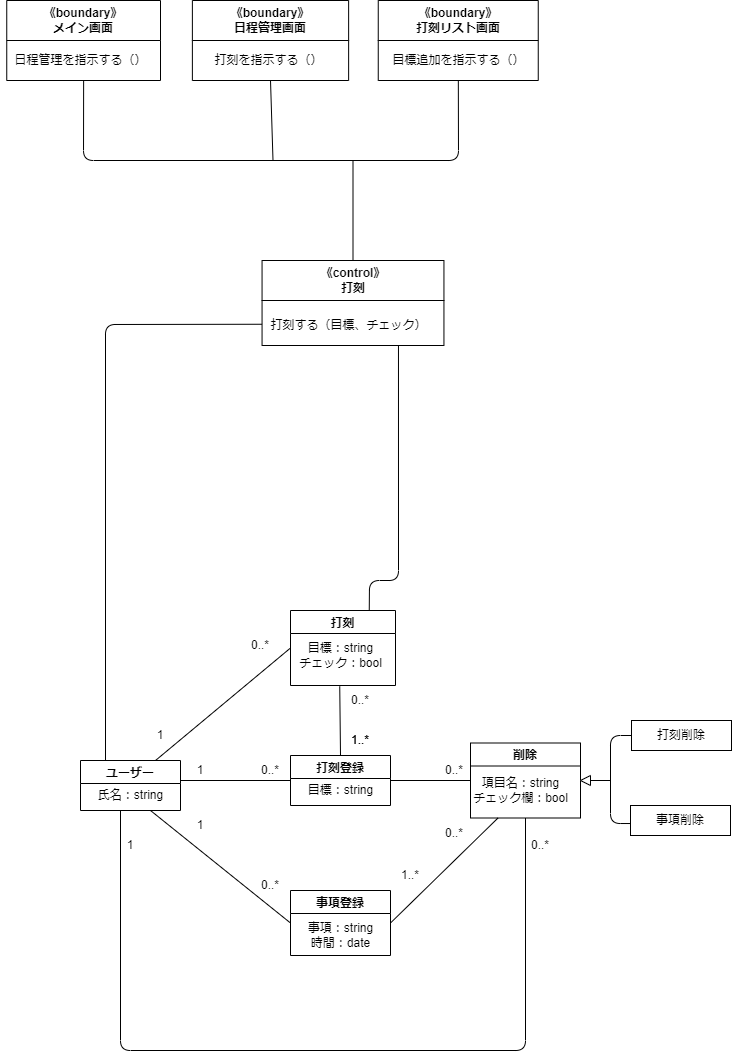
This is 分析Class8.drawio.png from Hu-Hanxu/First-App-Self-Management-, a draw.io export, as it was before one commit. Source tidied: cells renumbered, new cells last; positions are measured from the earlier drawing's top-left corner, leaving out a move shared by most shapes. Its diagram source:
```xml
<mxGraphModel>
  <root>
    <mxCell id="0" />
    <mxCell id="1" parent="0" />
    <mxCell id="2" value="打刻登録" style="swimlane;" parent="1" vertex="1">
      <mxGeometry x="290" y="755" width="100" height="50" as="geometry" />
    </mxCell>
    <mxCell id="3" value="目標：string" style="text;html=1;align=center;verticalAlign=middle;strokeColor=none;fillColor=none;" parent="2" vertex="1">
      <mxGeometry x="5" y="20" width="90" height="30" as="geometry" />
    </mxCell>
    <mxCell id="4" value="事項登録" style="swimlane;" parent="1" vertex="1">
      <mxGeometry x="290" y="890" width="100" height="65" as="geometry" />
    </mxCell>
    <mxCell id="5" value="事項：string&lt;br&gt;時間：date" style="text;html=1;align=center;verticalAlign=middle;strokeColor=none;fillColor=none;" parent="4" vertex="1">
      <mxGeometry x="5" y="25" width="90" height="40" as="geometry" />
    </mxCell>
    <mxCell id="6" value="打刻" style="swimlane;" parent="1" vertex="1">
      <mxGeometry x="290" y="610" width="105" height="75" as="geometry" />
    </mxCell>
    <mxCell id="7" value="目標：string&lt;br&gt;チェック：bool" style="text;html=1;align=center;verticalAlign=middle;strokeColor=none;fillColor=none;" parent="6" vertex="1">
      <mxGeometry x="-5" y="25" width="110" height="40" as="geometry" />
    </mxCell>
    <mxCell id="8" style="endArrow=none;html=1;exitX=1;exitY=0.5;exitDx=0;exitDy=0;entryX=0;entryY=0.5;entryDx=0;entryDy=0;" parent="1" edge="1" target="2">
      <mxGeometry relative="1" as="geometry">
        <mxPoint x="180" y="780" as="sourcePoint" />
      </mxGeometry>
    </mxCell>
    <mxCell id="9" value="削除" style="swimlane;" parent="1" vertex="1">
      <mxGeometry x="470" y="742.5" width="110" height="75" as="geometry" />
    </mxCell>
    <mxCell id="10" value="項目名：string&lt;br&gt;チェック欄：bool" style="text;html=1;align=center;verticalAlign=middle;strokeColor=none;fillColor=none;" parent="9" vertex="1">
      <mxGeometry x="-10" y="27.5" width="120" height="40" as="geometry" />
    </mxCell>
    <mxCell id="11" style="endArrow=none;html=1;entryX=0;entryY=0.5;entryDx=0;entryDy=0;exitX=1;exitY=0.5;exitDx=0;exitDy=0;" parent="1" edge="1" source="2" target="9">
      <mxGeometry relative="1" as="geometry" />
    </mxCell>
    <mxCell id="12" value="打刻削除" style="rounded=0;whiteSpace=wrap;html=1;" parent="1" vertex="1">
      <mxGeometry x="631" y="720" width="100" height="30" as="geometry" />
    </mxCell>
    <mxCell id="13" value="事項削除" style="rounded=0;whiteSpace=wrap;html=1;" parent="1" vertex="1">
      <mxGeometry x="630" y="805" width="100" height="30" as="geometry" />
    </mxCell>
    <mxCell id="14" style="endArrow=none;html=1;entryX=0.5;entryY=1;entryDx=0;entryDy=0;exitX=0.5;exitY=1;exitDx=0;exitDy=0;" parent="1" edge="1" source="9">
      <mxGeometry relative="1" as="geometry">
        <mxPoint x="120" y="810" as="targetPoint" />
        <Array as="points">
          <mxPoint x="525" y="1050" />
          <mxPoint x="120" y="1050" />
        </Array>
      </mxGeometry>
    </mxCell>
    <mxCell id="15" style="endArrow=none;html=1;entryX=0;entryY=0.5;entryDx=0;entryDy=0;exitX=0.75;exitY=1;exitDx=0;exitDy=0;" parent="1" edge="1" target="4">
      <mxGeometry relative="1" as="geometry">
        <mxPoint x="150" y="810" as="sourcePoint" />
      </mxGeometry>
    </mxCell>
    <mxCell id="16" style="endArrow=none;html=1;exitX=1;exitY=0.5;exitDx=0;exitDy=0;entryX=0.25;entryY=1;entryDx=0;entryDy=0;" parent="1" edge="1" source="4" target="9">
      <mxGeometry relative="1" as="geometry" />
    </mxCell>
    <mxCell id="17" style="endArrow=none;html=1;exitX=0.5;exitY=0;exitDx=0;exitDy=0;entryX=0.154;entryY=0.024;entryDx=0;entryDy=0;entryPerimeter=0;" parent="1" edge="1" source="2" target="26">
      <mxGeometry relative="1" as="geometry" />
    </mxCell>
    <mxCell id="18" value="1" style="text;html=1;strokeColor=none;fillColor=none;align=center;verticalAlign=middle;whiteSpace=wrap;rounded=0;" parent="1" vertex="1">
      <mxGeometry x="170" y="755" width="60" height="30" as="geometry" />
    </mxCell>
    <mxCell id="19" value="1" style="text;html=1;strokeColor=none;fillColor=none;align=center;verticalAlign=middle;whiteSpace=wrap;rounded=0;" parent="1" vertex="1">
      <mxGeometry x="170" y="810" width="60" height="30" as="geometry" />
    </mxCell>
    <mxCell id="20" value="1" style="text;html=1;strokeColor=none;fillColor=none;align=center;verticalAlign=middle;whiteSpace=wrap;rounded=0;" parent="1" vertex="1">
      <mxGeometry x="100" y="830" width="60" height="30" as="geometry" />
    </mxCell>
    <mxCell id="21" value="0..*" style="text;html=1;strokeColor=none;fillColor=none;align=center;verticalAlign=middle;whiteSpace=wrap;rounded=0;" parent="1" vertex="1">
      <mxGeometry x="240" y="755" width="60" height="30" as="geometry" />
    </mxCell>
    <mxCell id="22" value="0..*" style="text;html=1;strokeColor=none;fillColor=none;align=center;verticalAlign=middle;whiteSpace=wrap;rounded=0;" parent="1" vertex="1">
      <mxGeometry x="240" y="870" width="60" height="30" as="geometry" />
    </mxCell>
    <mxCell id="23" value="0..*" style="text;html=1;strokeColor=none;fillColor=none;align=center;verticalAlign=middle;whiteSpace=wrap;rounded=0;" parent="1" vertex="1">
      <mxGeometry x="424" y="755" width="60" height="30" as="geometry" />
    </mxCell>
    <mxCell id="24" value="0..*" style="text;html=1;strokeColor=none;fillColor=none;align=center;verticalAlign=middle;whiteSpace=wrap;rounded=0;" parent="1" vertex="1">
      <mxGeometry x="424" y="817.5" width="60" height="30" as="geometry" />
    </mxCell>
    <mxCell id="25" value="0..*" style="text;html=1;strokeColor=none;fillColor=none;align=center;verticalAlign=middle;whiteSpace=wrap;rounded=0;" parent="1" vertex="1">
      <mxGeometry x="510" y="830" width="60" height="30" as="geometry" />
    </mxCell>
    <mxCell id="26" value="0..*" style="text;html=1;strokeColor=none;fillColor=none;align=center;verticalAlign=middle;whiteSpace=wrap;rounded=0;" parent="1" vertex="1">
      <mxGeometry x="330" y="685" width="60" height="30" as="geometry" />
    </mxCell>
    <mxCell id="27" value="1..*" style="text;html=1;strokeColor=none;fillColor=none;align=center;verticalAlign=middle;whiteSpace=wrap;rounded=0;" parent="1" vertex="1">
      <mxGeometry x="330" y="725" width="60" height="30" as="geometry" />
    </mxCell>
    <mxCell id="28" value="1..*" style="text;html=1;strokeColor=none;fillColor=none;align=center;verticalAlign=middle;whiteSpace=wrap;rounded=0;" parent="1" vertex="1">
      <mxGeometry x="330" y="725" width="60" height="30" as="geometry" />
    </mxCell>
    <mxCell id="29" value="1..*" style="text;html=1;strokeColor=none;fillColor=none;align=center;verticalAlign=middle;whiteSpace=wrap;rounded=0;" parent="1" vertex="1">
      <mxGeometry x="380" y="860" width="60" height="30" as="geometry" />
    </mxCell>
    <mxCell id="30" value="ユーザー" style="swimlane;" parent="1" vertex="1">
      <mxGeometry x="80" y="760" width="100" height="50" as="geometry" />
    </mxCell>
    <mxCell id="31" value="氏名：string" style="text;html=1;align=center;verticalAlign=middle;strokeColor=none;fillColor=none;" parent="30" vertex="1">
      <mxGeometry x="5" y="20" width="90" height="30" as="geometry" />
    </mxCell>
    <mxCell id="32" style="endArrow=none;html=1;exitX=0.75;exitY=0;exitDx=0;exitDy=0;entryX=0;entryY=0.5;entryDx=0;entryDy=0;" parent="1" edge="1" source="30" target="6">
      <mxGeometry relative="1" as="geometry" />
    </mxCell>
    <mxCell id="33" value="1" style="text;html=1;strokeColor=none;fillColor=none;align=center;verticalAlign=middle;whiteSpace=wrap;rounded=0;" parent="1" vertex="1">
      <mxGeometry x="130" y="720" width="60" height="30" as="geometry" />
    </mxCell>
    <mxCell id="34" value="0..*" style="text;html=1;strokeColor=none;fillColor=none;align=center;verticalAlign=middle;whiteSpace=wrap;rounded=0;" parent="1" vertex="1">
      <mxGeometry x="230" y="630" width="60" height="30" as="geometry" />
    </mxCell>
    <mxCell id="35" style="triangle;whiteSpace=wrap;html=1;direction=west;" parent="1" vertex="1">
      <mxGeometry x="580" y="775" width="10" height="10" as="geometry" />
    </mxCell>
    <mxCell id="36" style="endArrow=none;html=1;entryX=0;entryY=0.5;entryDx=0;entryDy=0;exitX=-0.005;exitY=0.601;exitDx=0;exitDy=0;exitPerimeter=0;" parent="1" edge="1" source="13" target="12">
      <mxGeometry relative="1" as="geometry">
        <Array as="points">
          <mxPoint x="610" y="823" />
          <mxPoint x="610" y="735" />
        </Array>
      </mxGeometry>
    </mxCell>
    <mxCell id="37" style="endArrow=none;html=1;entryX=0;entryY=0.5;entryDx=0;entryDy=0;" parent="1" edge="1" target="35">
      <mxGeometry relative="1" as="geometry">
        <mxPoint x="610" y="780" as="sourcePoint" />
      </mxGeometry>
    </mxCell>
    <mxCell id="38" value="&lt;span style=&quot;&quot;&gt;《control》&lt;br&gt;打刻&lt;br&gt;&lt;/span&gt;" style="swimlane;whiteSpace=wrap;html=1;startSize=40;" parent="1" vertex="1">
      <mxGeometry x="261.6" y="260" width="181.9" height="85" as="geometry" />
    </mxCell>
    <mxCell id="39" value="打刻する（目標、チェック）" style="text;html=1;align=center;verticalAlign=middle;strokeColor=none;fillColor=none;" parent="38" vertex="1">
      <mxGeometry x="-3.1" y="50" width="180" height="30" as="geometry" />
    </mxCell>
    <mxCell id="40" value="《boundary》&lt;br&gt;メイン画面" style="swimlane;whiteSpace=wrap;html=1;startSize=40;" parent="1" vertex="1">
      <mxGeometry x="6.2" width="153.8" height="80" as="geometry" />
    </mxCell>
    <mxCell id="41" value="日程管理を指示する（）" style="text;html=1;align=center;verticalAlign=middle;strokeColor=none;fillColor=none;" parent="40" vertex="1">
      <mxGeometry x="-6.2" y="45" width="160" height="30" as="geometry" />
    </mxCell>
    <mxCell id="42" value="《boundary》&lt;br&gt;日程管理画面" style="swimlane;whiteSpace=wrap;html=1;startSize=40;" parent="1" vertex="1">
      <mxGeometry x="191.9" width="156.2" height="80" as="geometry" />
    </mxCell>
    <mxCell id="43" value="打刻を指示する（）" style="text;html=1;align=center;verticalAlign=middle;strokeColor=none;fillColor=none;" parent="42" vertex="1">
      <mxGeometry x="11.2" y="45" width="130" height="30" as="geometry" />
    </mxCell>
    <mxCell id="44" value="《boundary》&lt;br&gt;打刻リスト画面" style="swimlane;whiteSpace=wrap;html=1;startSize=40;" parent="1" vertex="1">
      <mxGeometry x="377.8" width="160" height="80" as="geometry" />
    </mxCell>
    <mxCell id="45" value="目標追加を指示する（）" style="text;html=1;align=center;verticalAlign=middle;strokeColor=none;fillColor=none;" parent="44" vertex="1">
      <mxGeometry y="45" width="160" height="30" as="geometry" />
    </mxCell>
    <mxCell id="46" style="endArrow=none;html=1;exitX=0.5;exitY=1;exitDx=0;exitDy=0;" parent="1" edge="1" source="40" target="44">
      <mxGeometry relative="1" as="geometry">
        <Array as="points">
          <mxPoint x="83" y="160" />
          <mxPoint x="458" y="160" />
        </Array>
      </mxGeometry>
    </mxCell>
    <mxCell id="47" style="endArrow=none;html=1;entryX=0.5;entryY=1;entryDx=0;entryDy=0;" parent="1" edge="1" target="42">
      <mxGeometry relative="1" as="geometry">
        <mxPoint x="272.5" y="160" as="sourcePoint" />
      </mxGeometry>
    </mxCell>
    <mxCell id="48" style="endArrow=none;html=1;exitX=0.5;exitY=0;exitDx=0;exitDy=0;" parent="1" edge="1" source="38">
      <mxGeometry relative="1" as="geometry">
        <mxPoint x="352.5" y="160" as="targetPoint" />
      </mxGeometry>
    </mxCell>
    <mxCell id="49" style="endArrow=none;html=1;exitX=0.25;exitY=0;exitDx=0;exitDy=0;entryX=0;entryY=0.75;entryDx=0;entryDy=0;" parent="1" edge="1" source="30" target="38">
      <mxGeometry relative="1" as="geometry">
        <Array as="points">
          <mxPoint x="105" y="324" />
        </Array>
      </mxGeometry>
    </mxCell>
    <mxCell id="50" style="endArrow=none;html=1;exitX=0.75;exitY=0;exitDx=0;exitDy=0;entryX=0.75;entryY=1;entryDx=0;entryDy=0;" parent="1" edge="1" source="6" target="38">
      <mxGeometry relative="1" as="geometry">
        <Array as="points">
          <mxPoint x="369" y="580" />
          <mxPoint x="398" y="580" />
        </Array>
      </mxGeometry>
    </mxCell>
  </root>
</mxGraphModel>
```
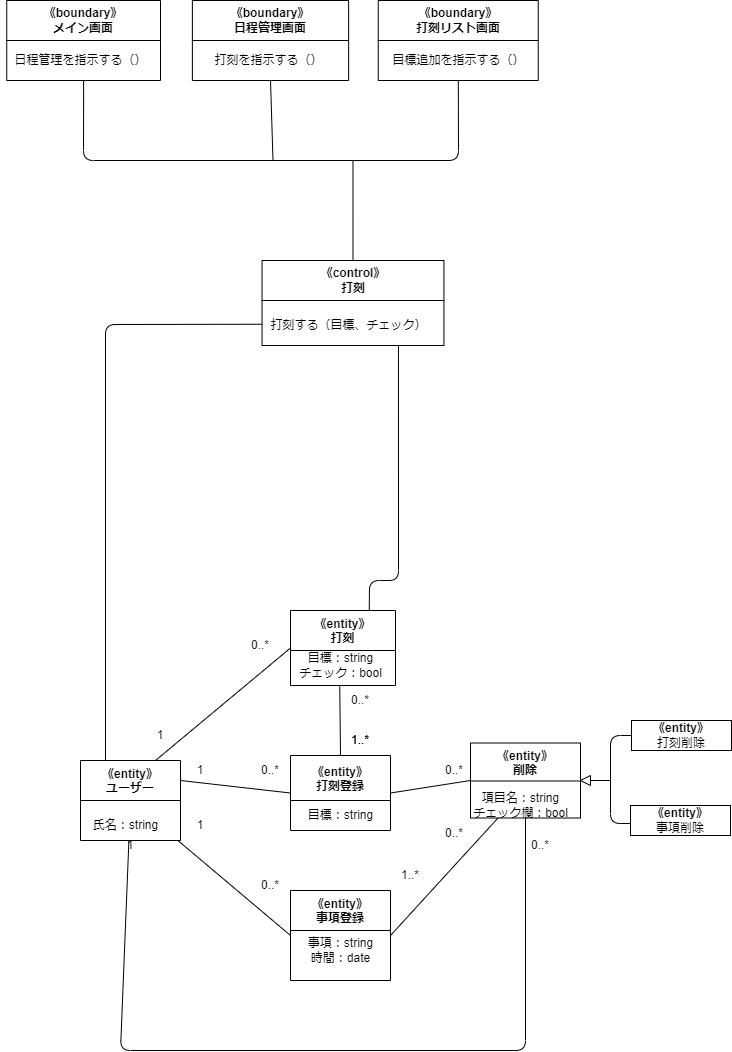
Later version of the same file.

Change to the diagram source:
```diff
@@ -2,57 +2,54 @@
   <root>
     <mxCell id="0" />
     <mxCell id="1" parent="0" />
-    <mxCell id="2" value="打刻登録" style="swimlane;" parent="1" vertex="1">
-      <mxGeometry x="290" y="755" width="100" height="50" as="geometry" />
+    <mxCell id="2" value="《entity》&#10;打刻登録" style="swimlane;startSize=45;" parent="1" vertex="1">
+      <mxGeometry x="290" y="755" width="100" height="75" as="geometry" />
     </mxCell>
     <mxCell id="3" value="目標：string" style="text;html=1;align=center;verticalAlign=middle;strokeColor=none;fillColor=none;" parent="2" vertex="1">
-      <mxGeometry x="5" y="20" width="90" height="30" as="geometry" />
+      <mxGeometry x="5" y="45" width="90" height="30" as="geometry" />
     </mxCell>
-    <mxCell id="4" value="事項登録" style="swimlane;" parent="1" vertex="1">
-      <mxGeometry x="290" y="890" width="100" height="65" as="geometry" />
+    <mxCell id="4" value="《entity》&#10;事項登録" style="swimlane;startSize=40;" parent="1" vertex="1">
+      <mxGeometry x="290" y="890" width="100" height="90" as="geometry" />
     </mxCell>
     <mxCell id="5" value="事項：string&lt;br&gt;時間：date" style="text;html=1;align=center;verticalAlign=middle;strokeColor=none;fillColor=none;" parent="4" vertex="1">
-      <mxGeometry x="5" y="25" width="90" height="40" as="geometry" />
+      <mxGeometry x="5" y="40" width="90" height="40" as="geometry" />
     </mxCell>
-    <mxCell id="6" value="打刻" style="swimlane;" parent="1" vertex="1">
+    <mxCell id="6" value="《entity》&#10;打刻" style="swimlane;startSize=40;" parent="1" vertex="1">
       <mxGeometry x="290" y="610" width="105" height="75" as="geometry" />
     </mxCell>
     <mxCell id="7" value="目標：string&lt;br&gt;チェック：bool" style="text;html=1;align=center;verticalAlign=middle;strokeColor=none;fillColor=none;" parent="6" vertex="1">
-      <mxGeometry x="-5" y="25" width="110" height="40" as="geometry" />
+      <mxGeometry x="-5" y="35" width="110" height="40" as="geometry" />
     </mxCell>
     <mxCell id="8" style="endArrow=none;html=1;exitX=1;exitY=0.5;exitDx=0;exitDy=0;entryX=0;entryY=0.5;entryDx=0;entryDy=0;" parent="1" edge="1" target="2">
       <mxGeometry relative="1" as="geometry">
         <mxPoint x="180" y="780" as="sourcePoint" />
       </mxGeometry>
     </mxCell>
-    <mxCell id="9" value="削除" style="swimlane;" parent="1" vertex="1">
+    <mxCell id="9" value="《entity》&#10;削除" style="swimlane;startSize=38;" parent="1" vertex="1">
       <mxGeometry x="470" y="742.5" width="110" height="75" as="geometry" />
     </mxCell>
     <mxCell id="10" value="項目名：string&lt;br&gt;チェック欄：bool" style="text;html=1;align=center;verticalAlign=middle;strokeColor=none;fillColor=none;" parent="9" vertex="1">
-      <mxGeometry x="-10" y="27.5" width="120" height="40" as="geometry" />
+      <mxGeometry x="-10" y="42.5" width="120" height="40" as="geometry" />
     </mxCell>
     <mxCell id="11" style="endArrow=none;html=1;entryX=0;entryY=0.5;entryDx=0;entryDy=0;exitX=1;exitY=0.5;exitDx=0;exitDy=0;" parent="1" edge="1" source="2" target="9">
       <mxGeometry relative="1" as="geometry" />
     </mxCell>
-    <mxCell id="12" value="打刻削除" style="rounded=0;whiteSpace=wrap;html=1;" parent="1" vertex="1">
+    <mxCell id="12" value="&lt;span style=&quot;font-weight: 700;&quot;&gt;《entity》&lt;/span&gt;&lt;br&gt;打刻削除" style="rounded=0;whiteSpace=wrap;html=1;" parent="1" vertex="1">
       <mxGeometry x="631" y="720" width="100" height="30" as="geometry" />
     </mxCell>
-    <mxCell id="13" value="事項削除" style="rounded=0;whiteSpace=wrap;html=1;" parent="1" vertex="1">
+    <mxCell id="13" value="&lt;span style=&quot;font-weight: 700;&quot;&gt;《entity》&lt;/span&gt;&lt;br&gt;事項削除" style="rounded=0;whiteSpace=wrap;html=1;" parent="1" vertex="1">
       <mxGeometry x="630" y="805" width="100" height="30" as="geometry" />
     </mxCell>
-    <mxCell id="14" style="endArrow=none;html=1;entryX=0.5;entryY=1;entryDx=0;entryDy=0;exitX=0.5;exitY=1;exitDx=0;exitDy=0;" parent="1" edge="1" source="9">
+    <mxCell id="14" style="endArrow=none;html=1;exitX=0.5;exitY=1;exitDx=0;exitDy=0;" parent="1" edge="1" source="9" target="30">
       <mxGeometry relative="1" as="geometry">
-        <mxPoint x="120" y="810" as="targetPoint" />
         <Array as="points">
           <mxPoint x="525" y="1050" />
           <mxPoint x="120" y="1050" />
         </Array>
       </mxGeometry>
     </mxCell>
-    <mxCell id="15" style="endArrow=none;html=1;entryX=0;entryY=0.5;entryDx=0;entryDy=0;exitX=0.75;exitY=1;exitDx=0;exitDy=0;" parent="1" edge="1" target="4">
-      <mxGeometry relative="1" as="geometry">
-        <mxPoint x="150" y="810" as="sourcePoint" />
-      </mxGeometry>
+    <mxCell id="15" style="endArrow=none;html=1;entryX=0;entryY=0.5;entryDx=0;entryDy=0;" parent="1" edge="1" source="30" target="4">
+      <mxGeometry relative="1" as="geometry" />
     </mxCell>
     <mxCell id="16" style="endArrow=none;html=1;exitX=1;exitY=0.5;exitDx=0;exitDy=0;entryX=0.25;entryY=1;entryDx=0;entryDy=0;" parent="1" edge="1" source="4" target="9">
       <mxGeometry relative="1" as="geometry" />
@@ -96,11 +93,11 @@
     <mxCell id="29" value="1..*" style="text;html=1;strokeColor=none;fillColor=none;align=center;verticalAlign=middle;whiteSpace=wrap;rounded=0;" parent="1" vertex="1">
       <mxGeometry x="380" y="860" width="60" height="30" as="geometry" />
     </mxCell>
-    <mxCell id="30" value="ユーザー" style="swimlane;" parent="1" vertex="1">
-      <mxGeometry x="80" y="760" width="100" height="50" as="geometry" />
+    <mxCell id="30" value="《entity》&#10;ユーザー" style="swimlane;startSize=40;" parent="1" vertex="1">
+      <mxGeometry x="80" y="760" width="100" height="80" as="geometry" />
     </mxCell>
     <mxCell id="31" value="氏名：string" style="text;html=1;align=center;verticalAlign=middle;strokeColor=none;fillColor=none;" parent="30" vertex="1">
-      <mxGeometry x="5" y="20" width="90" height="30" as="geometry" />
+      <mxGeometry y="50" width="90" height="30" as="geometry" />
     </mxCell>
     <mxCell id="32" style="endArrow=none;html=1;exitX=0.75;exitY=0;exitDx=0;exitDy=0;entryX=0;entryY=0.5;entryDx=0;entryDy=0;" parent="1" edge="1" source="30" target="6">
       <mxGeometry relative="1" as="geometry" />
```
